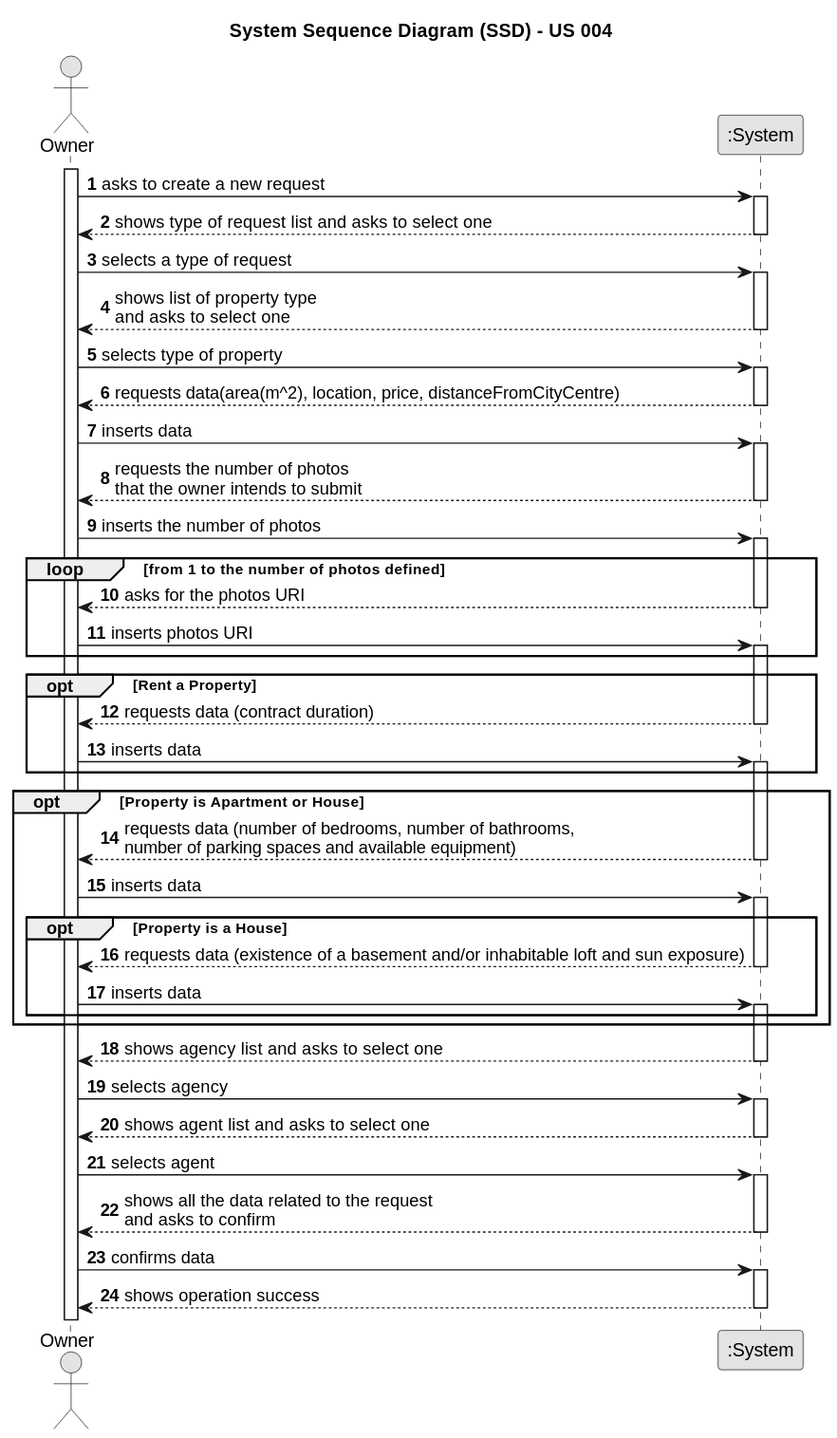
Above: docs/sprintB/us004/01.requirements-engineering/svg/us004-system-sequence-diagram.svg in 1220812/LAPR2 (PlantUML), before the change.
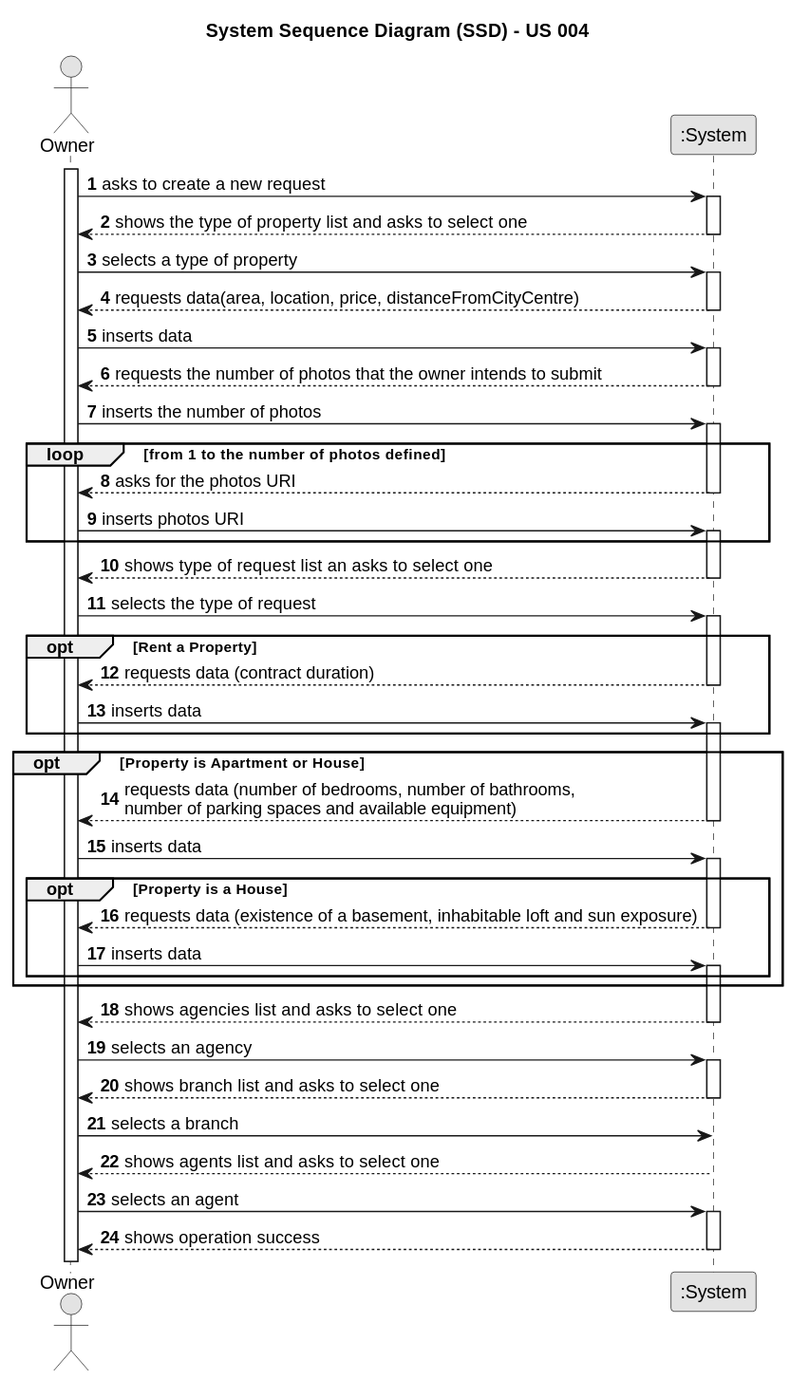
After the change.

Diff of the diagram source:
```diff
@@ -13,29 +13,26 @@
 activate Owner
 
     Owner -> System : asks to create a new request
+
     activate System
 
-        System --> Owner : shows type of request list and asks to select one
+    System --> Owner : shows the type of property list and asks to select one
+
     deactivate System
 
-    Owner -> System : selects a type of request
+    Owner -> System : selects a type of property
+
     activate System
 
-        System --> Owner : shows list of property type \nand asks to select one
-    deactivate System
+    System --> Owner : requests data(area, location, price, distanceFromCityCentre)
 
-    Owner -> System : selects type of property
-    activate System
-
-
-        System --> Owner : requests data(area(m^2), location, price, distanceFromCityCentre)
     deactivate System
 
     Owner -> System : inserts data
 
-        activate System
+    activate System
 
-        System --> Owner : requests the number of photos \nthat the owner intends to submit
+    System --> Owner : requests the number of photos that the owner intends to submit
 
     deactivate System
 
@@ -46,11 +43,22 @@
     loop from 1 to the number of photos defined
 
     System --> Owner : asks for the photos URI
+
     deactivate System
+
     Owner -> System : inserts photos URI
+
     activate System
 
     end
+
+    System --> Owner : shows type of request list an asks to select one
+
+    deactivate System
+
+    Owner -> System : selects the type of request
+
+    activate System
 
     opt Rent a Property
 
@@ -66,43 +74,51 @@
 
     opt Property is Apartment or House
 
-        System --> Owner : requests data (number of bedrooms, number of bathrooms, \nnumber of parking spaces and available equipment)
-        deactivate System
+    System --> Owner : requests data (number of bedrooms, number of bathrooms, \nnumber of parking spaces and available equipment)
+
+    deactivate System
 
     Owner -> System : inserts data
+
     activate System
 
     opt Property is a House
 
-         System --> Owner : requests data (existence of a basement and/or inhabitable loft and sun exposure)
+    System --> Owner : requests data (existence of a basement, inhabitable loft and sun exposure)
+
     deactivate System
 
     Owner -> System : inserts data
+
     activate System
 
     end
 
     end
 
-    System --> Owner : shows agency list and asks to select one
-    deactivate System
-
-    Owner -> System : selects agency
-    activate System
-
-    System --> Owner : shows agent list and asks to select one
-    deactivate System
-
-    Owner -> System : selects agent
-    activate System
-
-    System --> Owner : shows all the data related to the request \nand asks to confirm
+    System --> Owner : shows agencies list and asks to select one
 
     deactivate System
 
-    Owner -> System : confirms data
+    Owner -> System : selects an agency
+
     activate System
 
-            System --> Owner : shows operation success
+    System --> Owner : shows branch list and asks to select one
+
+    deactivate System
+
+    Owner -> System : selects a branch
+
+    System --> Owner : shows agents list and asks to select one
+
+    deactivate System
+
+    Owner -> System : selects an agent
+
+    activate System
+
+    System --> Owner : shows operation success
+
     deactivate System
 @enduml
```
